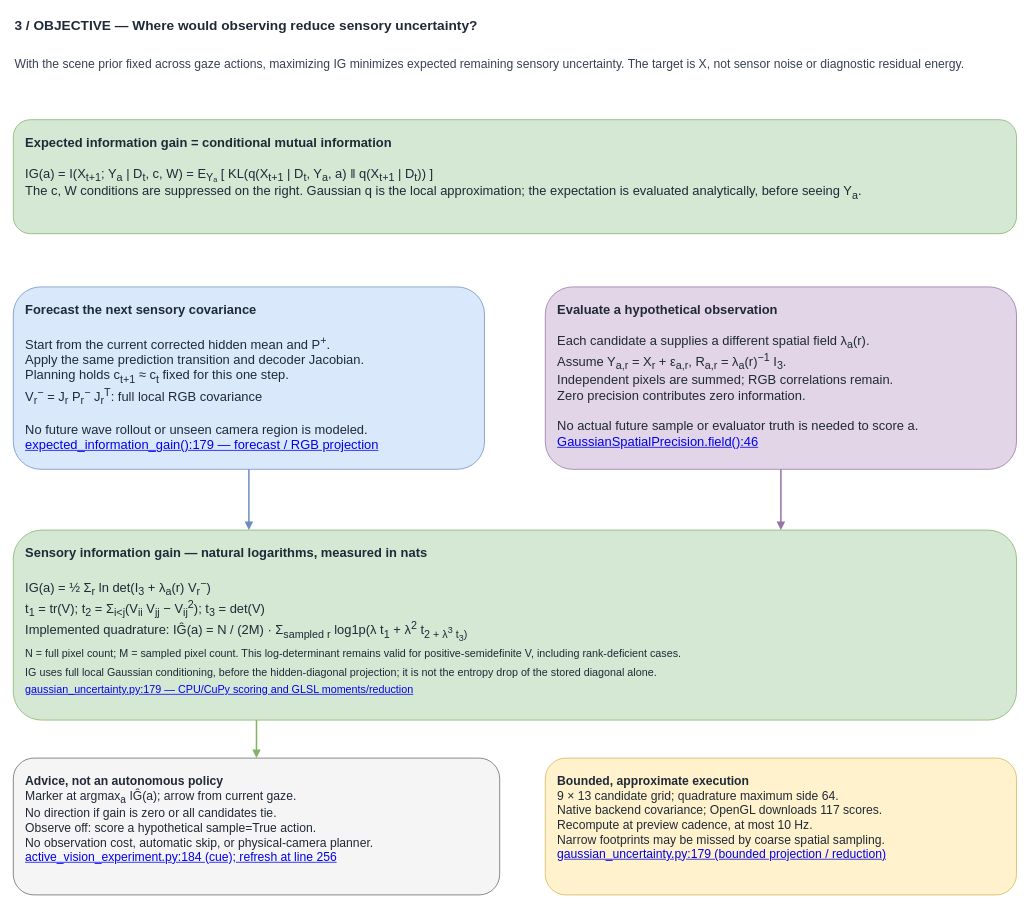
Before: page "3 - Sensory information objective" (3 of 3) of docs/predictive-uncertainty-math.drawio in EternalGoldenBraid/AudioViz, a draw.io diagram. Source tidied: cells renumbered, new cells numbered last; positions are measured from the earlier drawing's top-left corner, leaving out a move shared by most shapes. Both pictures are drawn from the tidied source at 76%, with x=0, y=0 at pixel (13, 13).
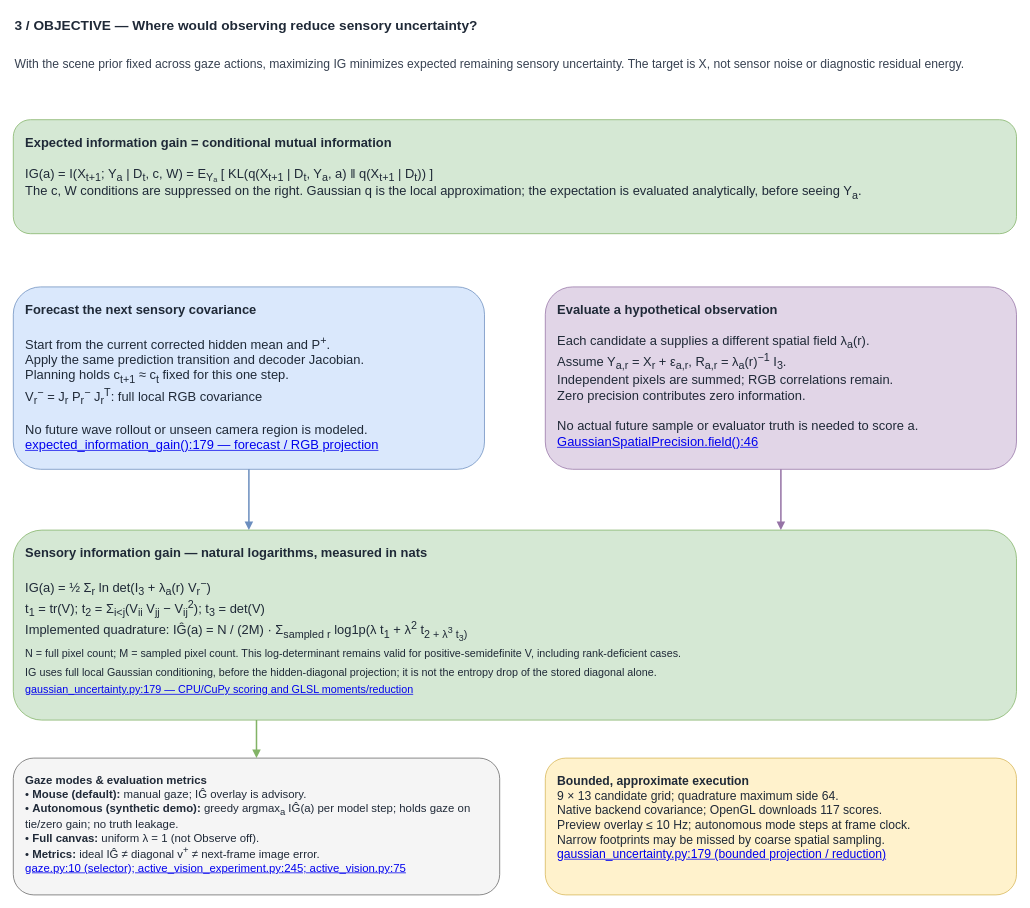
The same page after the edit.

Commit message (it also covers changes not shown here):
Document active vision gaze modes, bench visuals, and headless evaluation

Diff of the diagram source:
```diff
@@
 <mxGraphModel background="#ffffff">
   <root>
     <mxCell id="0" />
     <mxCell id="1" parent="0" />
     <mxCell id="2" value="3 / OBJECTIVE — Where would observing reduce sensory uncertainty?" style="text;whiteSpace=wrap;html=1;fontSize=18;fontStyle=1;align=left;fontColor=#1f2937;" parent="1" vertex="1">
       <mxGeometry width="1320" height="40" as="geometry" />
     </mxCell>
     <mxCell id="3" value="With the scene prior fixed across gaze actions, maximizing IG minimizes expected remaining sensory uncertainty. The target is X, not sensor noise or diagnostic residual energy." style="text;whiteSpace=wrap;html=1;fontSize=16;align=left;fontColor=#374151;" parent="1" vertex="1">
       <mxGeometry y="50" width="1320" height="50" as="geometry" />
     </mxCell>
     <mxCell id="4" value="&lt;b&gt;Expected information gain = conditional mutual information&lt;/b&gt;&lt;br&gt;&lt;br&gt;IG(a) = I(X&lt;sub&gt;t+1&lt;/sub&gt;; Y&lt;sub&gt;a&lt;/sub&gt; | D&lt;sub&gt;t&lt;/sub&gt;, c, W) = E&lt;sub&gt;Yₐ&lt;/sub&gt; [ KL(q(X&lt;sub&gt;t+1&lt;/sub&gt; | D&lt;sub&gt;t&lt;/sub&gt;, Y&lt;sub&gt;a&lt;/sub&gt;, a) ‖ q(X&lt;sub&gt;t+1&lt;/sub&gt; | D&lt;sub&gt;t&lt;/sub&gt;)) ]&lt;br&gt;The c, W conditions are suppressed on the right. Gaussian q is the local approximation; the expectation is evaluated analytically, before seeing Y&lt;sub&gt;a&lt;/sub&gt;." style="rounded=1;whiteSpace=wrap;html=1;fillColor=#d5e8d4;strokeColor=#82b366;fontColor=#1f2937;fontSize=17;align=left;verticalAlign=top;spacing=16;" parent="1" vertex="1">
       <mxGeometry y="140" width="1320" height="150" as="geometry" />
     </mxCell>
     <mxCell id="5" value="&lt;b&gt;Forecast the next sensory covariance&lt;/b&gt;&lt;br&gt;&lt;br&gt;Start from the current corrected hidden mean and P&lt;sup&gt;+&lt;/sup&gt;.&lt;br&gt;Apply the same prediction transition and decoder Jacobian.&lt;br&gt;Planning holds c&lt;sub&gt;t+1&lt;/sub&gt; ≈ c&lt;sub&gt;t&lt;/sub&gt; fixed for this one step.&lt;br&gt;V&lt;sub&gt;r&lt;/sub&gt;&lt;sup&gt;−&lt;/sup&gt; = J&lt;sub&gt;r&lt;/sub&gt; P&lt;sub&gt;r&lt;/sub&gt;&lt;sup&gt;−&lt;/sup&gt; J&lt;sub&gt;r&lt;/sub&gt;&lt;sup&gt;T&lt;/sup&gt;: full local RGB covariance&lt;br&gt;&lt;br&gt;No future wave rollout or unseen camera region is modeled.&lt;br&gt;&lt;a href=&quot;vscode://file/home/nicklas/Projects/AudioViz/src/audioviz/readouts/gaussian_uncertainty.py:179:1&quot;&gt;expected_information_gain():179 — forecast / RGB projection&lt;/a&gt;" style="rounded=1;whiteSpace=wrap;html=1;fillColor=#dae8fc;strokeColor=#6c8ebf;fontColor=#1f2937;fontSize=17;align=left;verticalAlign=top;spacing=16;" parent="1" vertex="1">
       <mxGeometry y="360" width="620" height="240" as="geometry" />
     </mxCell>
     <mxCell id="6" value="&lt;b&gt;Evaluate a hypothetical observation&lt;/b&gt;&lt;br&gt;&lt;br&gt;Each candidate a supplies a different spatial field λ&lt;sub&gt;a&lt;/sub&gt;(r).&lt;br&gt;Assume Y&lt;sub&gt;a,r&lt;/sub&gt; = X&lt;sub&gt;r&lt;/sub&gt; + ε&lt;sub&gt;a,r&lt;/sub&gt;, R&lt;sub&gt;a,r&lt;/sub&gt; = λ&lt;sub&gt;a&lt;/sub&gt;(r)&lt;sup&gt;−1&lt;/sup&gt; I&lt;sub&gt;3&lt;/sub&gt;.&lt;br&gt;Independent pixels are summed; RGB correlations remain.&lt;br&gt;Zero precision contributes zero information.&lt;br&gt;&lt;br&gt;No actual future sample or evaluator truth is needed to score a.&lt;br&gt;&lt;a href=&quot;vscode://file/home/nicklas/Projects/AudioViz/src/audioviz/readouts/spatial_precision.py:46:1&quot;&gt;GaussianSpatialPrecision.field():46&lt;/a&gt;" style="rounded=1;whiteSpace=wrap;html=1;fillColor=#e1d5e7;strokeColor=#9673a6;fontColor=#1f2937;fontSize=17;align=left;verticalAlign=top;spacing=16;" parent="1" vertex="1">
       <mxGeometry x="700" y="360" width="620" height="240" as="geometry" />
     </mxCell>
     <mxCell id="7" value="&lt;b&gt;Sensory information gain — natural logarithms, measured in nats&lt;/b&gt;&lt;br&gt;&lt;br&gt;IG(a) = ½ Σ&lt;sub&gt;r&lt;/sub&gt; ln det(I&lt;sub&gt;3&lt;/sub&gt; + λ&lt;sub&gt;a&lt;/sub&gt;(r) V&lt;sub&gt;r&lt;/sub&gt;&lt;sup&gt;−&lt;/sup&gt;)&lt;br&gt;t&lt;sub&gt;1&lt;/sub&gt; = tr(V); t&lt;sub&gt;2&lt;/sub&gt; = Σ&lt;sub&gt;i&amp;lt;j&lt;/sub&gt;(V&lt;sub&gt;ii&lt;/sub&gt; V&lt;sub&gt;jj&lt;/sub&gt; − V&lt;sub&gt;ij&lt;/sub&gt;&lt;sup&gt;2&lt;/sup&gt;); t&lt;sub&gt;3&lt;/sub&gt; = det(V)&lt;br&gt;Implemented quadrature: IĜ(a) = N / (2M) · Σ&lt;sub&gt;sampled r&lt;/sub&gt; log1p(λ t&lt;sub&gt;1&lt;/sub&gt; + λ&lt;sup&gt;2&lt;/sup&gt; t&lt;sub&gt;2&lt;/sup&gt; + λ&lt;sup&gt;3&lt;/sup&gt; t&lt;sub&gt;3&lt;/sub&gt;)&lt;br&gt;N = full pixel count; M = sampled pixel count. This log-determinant remains valid for positive-semidefinite V, including rank-deficient cases.&lt;br&gt;IG uses full local Gaussian conditioning, before the hidden-diagonal projection; it is not the entropy drop of the stored diagonal alone.&lt;br&gt;&lt;a href=&quot;vscode://file/home/nicklas/Projects/AudioViz/src/audioviz/readouts/gaussian_uncertainty.py:179:1&quot;&gt;gaussian_uncertainty.py:179 — CPU/CuPy scoring and GLSL moments/reduction&lt;/a&gt;" style="rounded=1;whiteSpace=wrap;html=1;fillColor=#d5e8d4;strokeColor=#82b366;fontColor=#1f2937;fontSize=17;align=left;verticalAlign=top;spacing=16;" parent="1" vertex="1">
       <mxGeometry y="680" width="1320" height="250" as="geometry" />
     </mxCell>
-    <mxCell id="8" value="&lt;b&gt;Advice, not an autonomous policy&lt;/b&gt;&lt;br&gt;Marker at argmax&lt;sub&gt;a&lt;/sub&gt; IĜ(a); arrow from current gaze.&lt;br&gt;No direction if gain is zero or all candidates tie.&lt;br&gt;Observe off: score a hypothetical sample=True action.&lt;br&gt;No observation cost, automatic skip, or physical-camera planner.&lt;br&gt;&lt;a href=&quot;vscode://file/home/nicklas/Projects/AudioViz/src/audioviz/visualization/active_vision_experiment.py:184:1&quot;&gt;active_vision_experiment.py:184 (cue); refresh at line 256&lt;/a&gt;" style="rounded=1;whiteSpace=wrap;html=1;fillColor=#f5f5f5;strokeColor=#666666;fontColor=#1f2937;fontSize=16;align=left;verticalAlign=top;spacing=16;" parent="1" vertex="1">
+    <mxCell id="8" value="&lt;b&gt;Gaze modes &amp;amp; evaluation metrics&lt;/b&gt;&lt;br&gt;• &lt;b&gt;Mouse (default):&lt;/b&gt; manual gaze; IĜ overlay is advisory.&lt;br&gt;• &lt;b&gt;Autonomous (synthetic demo):&lt;/b&gt; greedy argmax&lt;sub&gt;a&lt;/sub&gt; IĜ(a) per model step; holds gaze on tie/zero gain; no truth leakage.&lt;br&gt;• &lt;b&gt;Full canvas:&lt;/b&gt; uniform λ = 1 (not Observe off).&lt;br&gt;• &lt;b&gt;Metrics:&lt;/b&gt; ideal IĜ ≠ diagonal v&lt;sup&gt;+&lt;/sup&gt; ≠ next-frame image error.&lt;br&gt;&lt;a href=&quot;vscode://file/home/nicklas/Projects/AudioViz/src/audioviz/sources/gaze.py:10:1&quot;&gt;gaze.py:10 (selector); active_vision_experiment.py:245; active_vision.py:75&lt;/a&gt;" style="rounded=1;whiteSpace=wrap;html=1;fillColor=#f5f5f5;strokeColor=#666666;fontColor=#1f2937;fontSize=15;align=left;verticalAlign=top;spacing=16;" parent="1" vertex="1">
       <mxGeometry y="980" width="640" height="180" as="geometry" />
     </mxCell>
-    <mxCell id="9" value="&lt;b&gt;Bounded, approximate execution&lt;/b&gt;&lt;br&gt;9 × 13 candidate grid; quadrature maximum side 64.&lt;br&gt;Native backend covariance; OpenGL downloads 117 scores.&lt;br&gt;Recompute at preview cadence, at most 10 Hz.&lt;br&gt;Narrow footprints may be missed by coarse spatial sampling.&lt;br&gt;&lt;a href=&quot;vscode://file/home/nicklas/Projects/AudioViz/src/audioviz/readouts/gaussian_uncertainty.py:179:1&quot;&gt;gaussian_uncertainty.py:179 (bounded projection / reduction)&lt;/a&gt;" style="rounded=1;whiteSpace=wrap;html=1;fillColor=#fff2cc;strokeColor=#d6b656;fontColor=#1f2937;fontSize=16;align=left;verticalAlign=top;spacing=16;" parent="1" vertex="1">
+    <mxCell id="9" value="&lt;b&gt;Bounded, approximate execution&lt;/b&gt;&lt;br&gt;9 × 13 candidate grid; quadrature maximum side 64.&lt;br&gt;Native backend covariance; OpenGL downloads 117 scores.&lt;br&gt;Preview overlay ≤ 10 Hz; autonomous mode steps at frame clock.&lt;br&gt;Narrow footprints may be missed by coarse spatial sampling.&lt;br&gt;&lt;a href=&quot;vscode://file/home/nicklas/Projects/AudioViz/src/audioviz/readouts/gaussian_uncertainty.py:179:1&quot;&gt;gaussian_uncertainty.py:179 (bounded projection / reduction)&lt;/a&gt;" style="rounded=1;whiteSpace=wrap;html=1;fillColor=#fff2cc;strokeColor=#d6b656;fontColor=#1f2937;fontSize=16;align=left;verticalAlign=top;spacing=16;" parent="1" vertex="1">
       <mxGeometry x="700" y="980" width="620" height="180" as="geometry" />
     </mxCell>
     <mxCell id="10" style="edgeStyle=orthogonalEdgeStyle;html=1;strokeColor=#6c8ebf;strokeWidth=2;endArrow=block;exitX=0.5;exitY=1;entryX=0.23485;entryY=0;" parent="1" edge="1" source="5" target="7">
       <mxGeometry relative="1" as="geometry" />
     </mxCell>
     <mxCell id="11" style="edgeStyle=orthogonalEdgeStyle;html=1;strokeColor=#9673a6;strokeWidth=2;endArrow=block;exitX=0.5;exitY=1;entryX=0.76515;entryY=0;" parent="1" edge="1" source="6" target="7">
       <mxGeometry relative="1" as="geometry" />
     </mxCell>
     <mxCell id="12" style="edgeStyle=orthogonalEdgeStyle;html=1;strokeColor=#82b366;strokeWidth=2;endArrow=block;exitX=0.24242;exitY=1;entryX=0.5;entryY=0;" parent="1" edge="1" source="7" target="8">
       <mxGeometry relative="1" as="geometry" />
     </mxCell>
   </root>
 </mxGraphModel>
```
